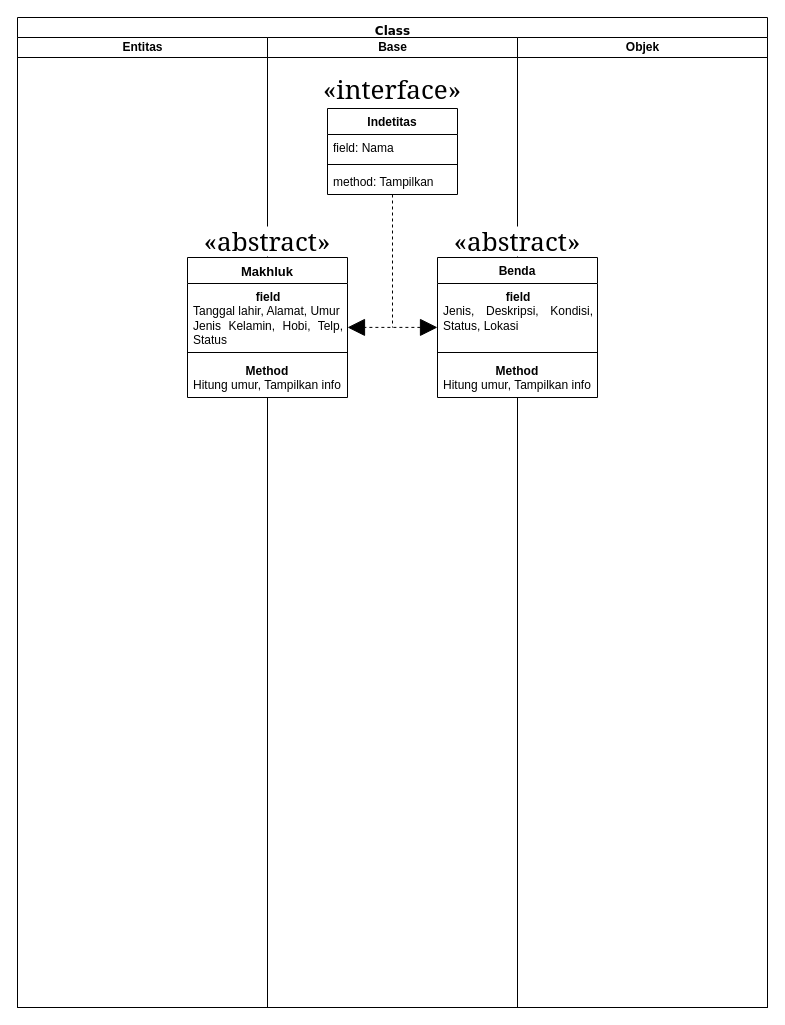
Before: Program UAS/Relasi Class.drawio in Hidayadie/Program-si-sharp, a draw.io diagram. Source tidied: cells renumbered, new cells numbered last; positions are measured from the earlier drawing's top-left corner, leaving out a move shared by most shapes. Both pictures are drawn from the tidied source at 100%, with x=0, y=0 at pixel (17, 17).
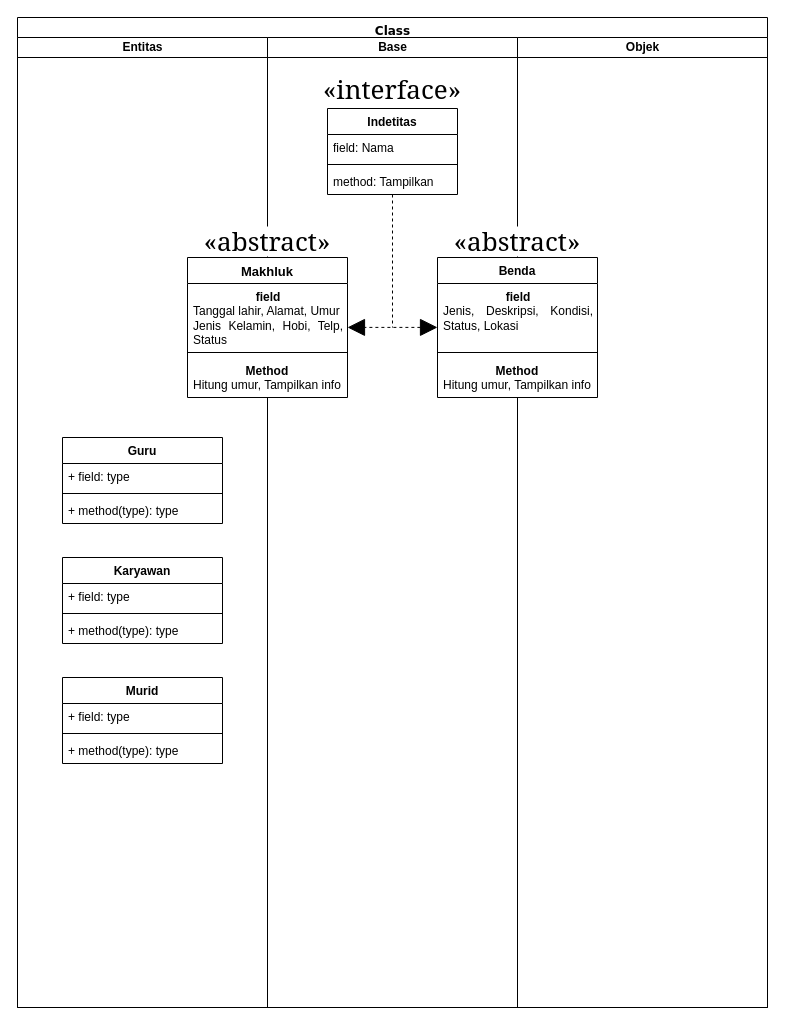
After the change.

Unchanged cells that the change refers to:
```xml
<mxCell id="3" value="Entitas" style="swimlane;html=1;startSize=20;" parent="2" vertex="1">
  <mxGeometry y="20" width="250" height="970" as="geometry" />
</mxCell>
```

The edit, as a diff of the source:
```diff
@@
+    <mxCell id="23" value="Guru" style="swimlane;fontStyle=1;align=center;verticalAlign=top;horizontal=1;startSize=26;whiteSpace=wrap;html=1;" parent="3" vertex="1">
+      <mxGeometry x="45" y="400" width="160" height="86" as="geometry" />
+    </mxCell>
+    <mxCell id="24" value="+ field: type" style="text;strokeColor=none;fillColor=none;align=left;verticalAlign=top;spacingLeft=4;spacingRight=4;overflow=hidden;whiteSpace=wrap;html=1;" parent="23" vertex="1">
+      <mxGeometry y="26" width="160" height="26" as="geometry" />
+    </mxCell>
+    <mxCell id="25" style="line;strokeWidth=1;fillColor=none;align=left;verticalAlign=middle;spacingTop=-1;spacingLeft=3;spacingRight=3;labelPosition=right;strokeColor=inherit;" parent="23" vertex="1">
+      <mxGeometry y="52" width="160" height="8" as="geometry" />
+    </mxCell>
+    <mxCell id="26" value="+ method(type): type" style="text;strokeColor=none;fillColor=none;align=left;verticalAlign=top;spacingLeft=4;spacingRight=4;overflow=hidden;whiteSpace=wrap;html=1;" parent="23" vertex="1">
+      <mxGeometry y="60" width="160" height="26" as="geometry" />
+    </mxCell>
+    <mxCell id="27" value="Karyawan" style="swimlane;fontStyle=1;align=center;verticalAlign=top;horizontal=1;startSize=26;whiteSpace=wrap;html=1;" parent="3" vertex="1">
+      <mxGeometry x="45" y="520" width="160" height="86" as="geometry" />
+    </mxCell>
+    <mxCell id="28" value="+ field: type" style="text;strokeColor=none;fillColor=none;align=left;verticalAlign=top;spacingLeft=4;spacingRight=4;overflow=hidden;whiteSpace=wrap;html=1;" parent="27" vertex="1">
+      <mxGeometry y="26" width="160" height="26" as="geometry" />
+    </mxCell>
+    <mxCell id="29" style="line;strokeWidth=1;fillColor=none;align=left;verticalAlign=middle;spacingTop=-1;spacingLeft=3;spacingRight=3;labelPosition=right;strokeColor=inherit;" parent="27" vertex="1">
+      <mxGeometry y="52" width="160" height="8" as="geometry" />
+    </mxCell>
+    <mxCell id="30" value="+ method(type): type" style="text;strokeColor=none;fillColor=none;align=left;verticalAlign=top;spacingLeft=4;spacingRight=4;overflow=hidden;whiteSpace=wrap;html=1;" parent="27" vertex="1">
+      <mxGeometry y="60" width="160" height="26" as="geometry" />
+    </mxCell>
+    <mxCell id="31" value="Murid" style="swimlane;fontStyle=1;align=center;verticalAlign=top;horizontal=1;startSize=26;whiteSpace=wrap;html=1;" parent="3" vertex="1">
+      <mxGeometry x="45" y="640" width="160" height="86" as="geometry" />
+    </mxCell>
+    <mxCell id="32" value="+ field: type" style="text;strokeColor=none;fillColor=none;align=left;verticalAlign=top;spacingLeft=4;spacingRight=4;overflow=hidden;whiteSpace=wrap;html=1;" parent="31" vertex="1">
+      <mxGeometry y="26" width="160" height="26" as="geometry" />
+    </mxCell>
+    <mxCell id="33" style="line;strokeWidth=1;fillColor=none;align=left;verticalAlign=middle;spacingTop=-1;spacingLeft=3;spacingRight=3;labelPosition=right;strokeColor=inherit;" parent="31" vertex="1">
+      <mxGeometry y="52" width="160" height="8" as="geometry" />
+    </mxCell>
+    <mxCell id="34" value="+ method(type): type" style="text;strokeColor=none;fillColor=none;align=left;verticalAlign=top;spacingLeft=4;spacingRight=4;overflow=hidden;whiteSpace=wrap;html=1;" parent="31" vertex="1">
+      <mxGeometry y="60" width="160" height="26" as="geometry" />
+    </mxCell>
```
